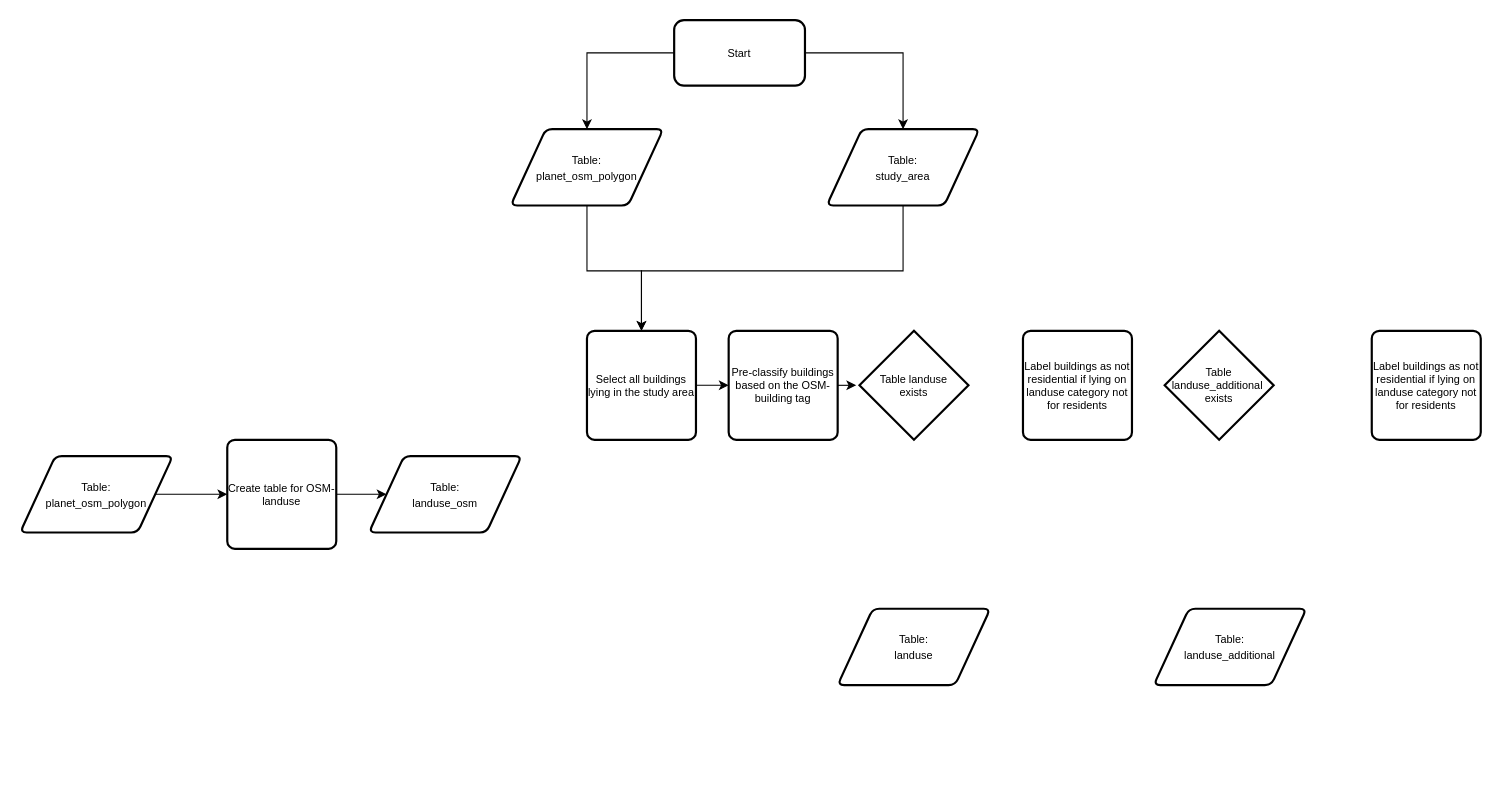
This is app/database/data_preparation/population_disaggregation.drawio from goat-community/goat, a draw.io file, before an edit. Source tidied: cells renumbered, new cells numbered last; positions are measured from the earlier drawing's top-left corner, leaving out a move shared by most shapes. Both pictures are drawn from the tidied source at 109%, with x=0, y=0 at pixel (20, 20).
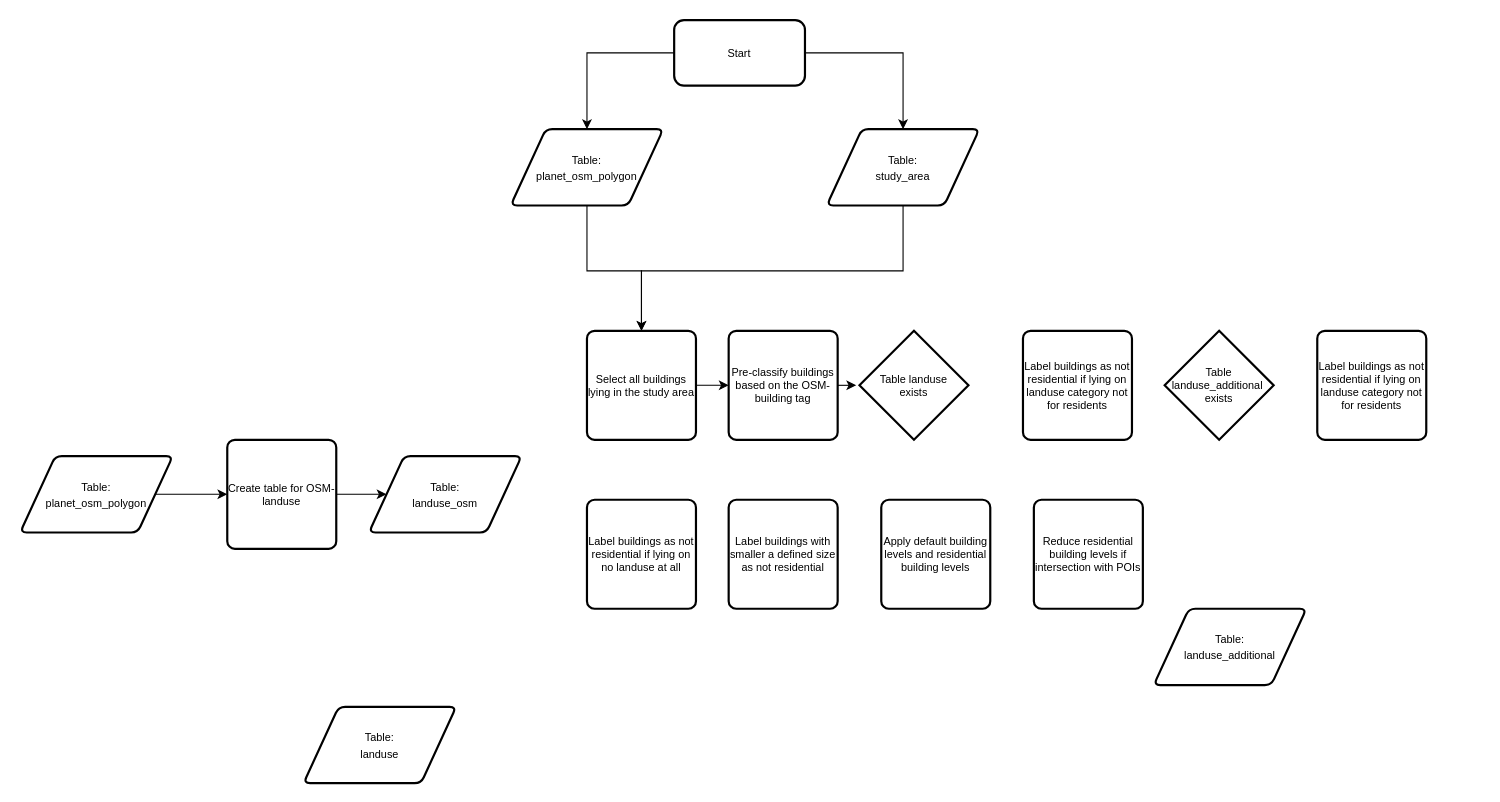
Above is the later version.

Diff of the diagram source:
```diff
@@
     <mxCell id="18" value="&lt;font style=&quot;font-size: 10px&quot;&gt;Table:&lt;br&gt;landuse&lt;br&gt;&lt;/font&gt;" style="shape=parallelogram;html=1;strokeWidth=2;perimeter=parallelogramPerimeter;whiteSpace=wrap;rounded=1;arcSize=12;size=0.23;" parent="1" vertex="1">
-      <mxGeometry x="750" y="540" width="140" height="70" as="geometry" />
+      <mxGeometry x="260" y="630" width="140" height="70" as="geometry" />
     </mxCell>
@@
     <mxCell id="21" value="Label buildings as not residential if lying on landuse category not for residents" style="rounded=1;whiteSpace=wrap;html=1;absoluteArcSize=1;arcSize=14;strokeWidth=2;fontSize=10;" parent="1" vertex="1">
-      <mxGeometry x="1240" y="285" width="100" height="100" as="geometry" />
+      <mxGeometry x="1190" y="285" width="100" height="100" as="geometry" />
     </mxCell>
@@
+    <mxCell id="24" value="Label buildings as not residential if lying on no landuse at all" style="rounded=1;whiteSpace=wrap;html=1;absoluteArcSize=1;arcSize=14;strokeWidth=2;fontSize=10;" parent="1" vertex="1">
+      <mxGeometry x="520" y="440" width="100" height="100" as="geometry" />
+    </mxCell>
+    <mxCell id="25" value="Label buildings with smaller a defined size as not residential" style="rounded=1;whiteSpace=wrap;html=1;absoluteArcSize=1;arcSize=14;strokeWidth=2;fontSize=10;" parent="1" vertex="1">
+      <mxGeometry x="650" y="440" width="100" height="100" as="geometry" />
+    </mxCell>
+    <mxCell id="26" value="Apply default building levels and residential building levels" style="rounded=1;whiteSpace=wrap;html=1;absoluteArcSize=1;arcSize=14;strokeWidth=2;fontSize=10;" parent="1" vertex="1">
+      <mxGeometry x="790" y="440" width="100" height="100" as="geometry" />
+    </mxCell>
+    <mxCell id="27" value="Reduce residential building levels if intersection with POIs" style="rounded=1;whiteSpace=wrap;html=1;absoluteArcSize=1;arcSize=14;strokeWidth=2;fontSize=10;" parent="1" vertex="1">
+      <mxGeometry x="930" y="440" width="100" height="100" as="geometry" />
+    </mxCell>
```
